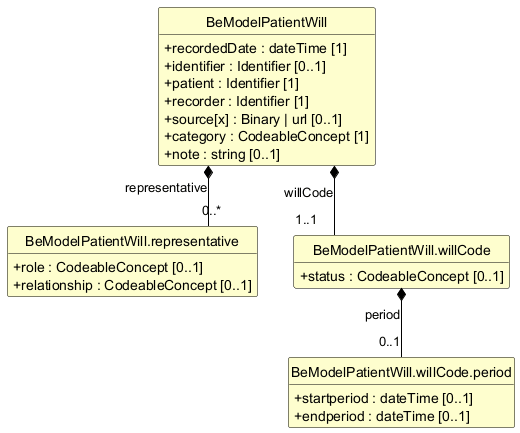
This is exports/diagrams/BeModelPatientWill-uml.png from caresets/caresets-src, a PlantUML export, as it was before one commit.
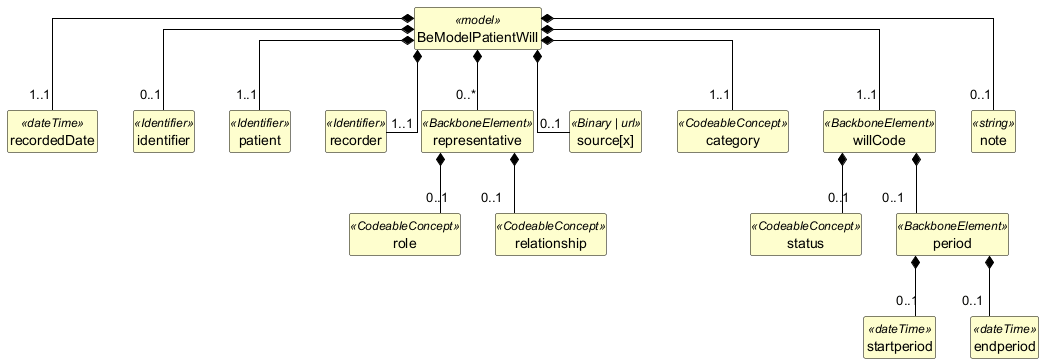
After the change.

What changed in the source:
```diff
@@ -12,31 +12,67 @@
 hide circle
 hide empty members
 
-class "BeModelPatientWill" as BeModelPatientWill {
-  +recordedDate : dateTime [1]
-  +identifier : Identifier [0..1]
-  +patient : Identifier [1]
-  +recorder : Identifier [1]
-  +source[x] : Binary | url [0..1]
-  +category : CodeableConcept [1]
-  +note : string [0..1]
+class "BeModelPatientWill" as BeModelPatientWill <<model>> {
 }
 
-class "BeModelPatientWill.representative" as BeModelPatientWill_representative {
-  +role : CodeableConcept [0..1]
-  +relationship : CodeableConcept [0..1]
+class "recordedDate" as BeModelPatientWill_recordedDate <<dateTime>> {
 }
 
-class "BeModelPatientWill.willCode" as BeModelPatientWill_willCode {
-  +status : CodeableConcept [0..1]
+class "identifier" as BeModelPatientWill_identifier <<Identifier>> {
 }
 
-class "BeModelPatientWill.willCode.period" as BeModelPatientWill_willCode_period {
-  +startperiod : dateTime [0..1]
-  +endperiod : dateTime [0..1]
+class "patient" as BeModelPatientWill_patient <<Identifier>> {
 }
 
-BeModelPatientWill *-- "0..*" BeModelPatientWill_representative : representative
-BeModelPatientWill *-- "1..1" BeModelPatientWill_willCode : willCode
-BeModelPatientWill_willCode *-- "0..1" BeModelPatientWill_willCode_period : period
+class "recorder" as BeModelPatientWill_recorder <<Identifier>> {
+}
+
+class "representative" as BeModelPatientWill_representative <<BackboneElement>> {
+}
+
+class "role" as BeModelPatientWill_representative_role <<CodeableConcept>> {
+}
+
+class "relationship" as BeModelPatientWill_representative_relationship <<CodeableConcept>> {
+}
+
+class "source[x]" as BeModelPatientWill_source_x_ <<Binary | url>> {
+}
+
+class "category" as BeModelPatientWill_category <<CodeableConcept>> {
+}
+
+class "willCode" as BeModelPatientWill_willCode <<BackboneElement>> {
+}
+
+class "status" as BeModelPatientWill_willCode_status <<CodeableConcept>> {
+}
+
+class "period" as BeModelPatientWill_willCode_period <<BackboneElement>> {
+}
+
+class "startperiod" as BeModelPatientWill_willCode_period_startperiod <<dateTime>> {
+}
+
+class "endperiod" as BeModelPatientWill_willCode_period_endperiod <<dateTime>> {
+}
+
+class "note" as BeModelPatientWill_note <<string>> {
+}
+
+BeModelPatientWill *-- "1..1" BeModelPatientWill_recordedDate
+BeModelPatientWill *-- "0..1" BeModelPatientWill_identifier
+BeModelPatientWill *-- "1..1" BeModelPatientWill_patient
+BeModelPatientWill *-- "1..1" BeModelPatientWill_recorder
+BeModelPatientWill *-- "0..*" BeModelPatientWill_representative
+BeModelPatientWill_representative *-- "0..1" BeModelPatientWill_representative_role
+BeModelPatientWill_representative *-- "0..1" BeModelPatientWill_representative_relationship
+BeModelPatientWill *-- "0..1" BeModelPatientWill_source_x_
+BeModelPatientWill *-- "1..1" BeModelPatientWill_category
+BeModelPatientWill *-- "1..1" BeModelPatientWill_willCode
+BeModelPatientWill_willCode *-- "0..1" BeModelPatientWill_willCode_status
+BeModelPatientWill_willCode *-- "0..1" BeModelPatientWill_willCode_period
+BeModelPatientWill_willCode_period *-- "0..1" BeModelPatientWill_willCode_period_startperiod
+BeModelPatientWill_willCode_period *-- "0..1" BeModelPatientWill_willCode_period_endperiod
+BeModelPatientWill *-- "0..1" BeModelPatientWill_note
 @enduml
```
